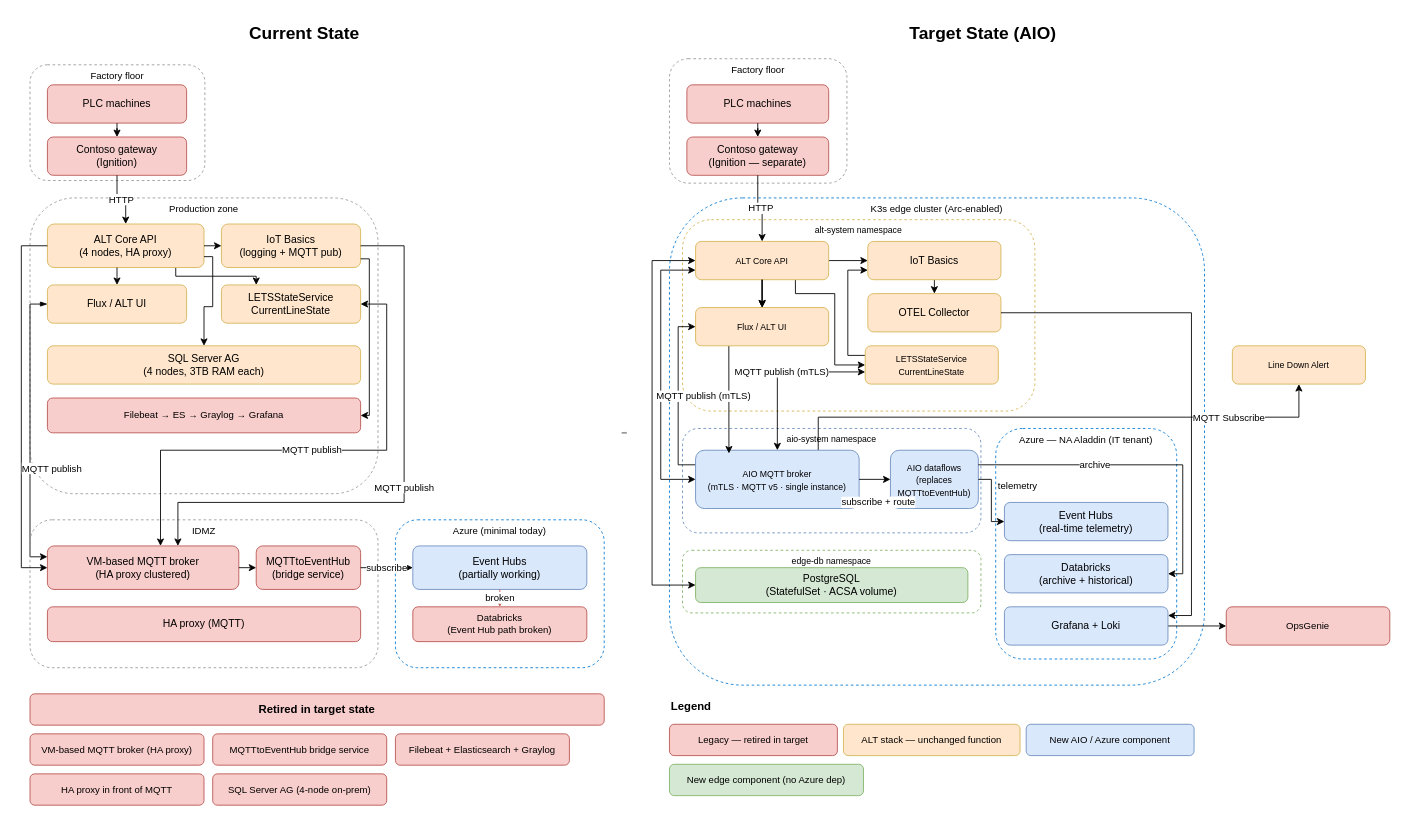
Before: page "MQTT" (3 of 6) of aio/AIO.drawio in avinashr-insight/manufacturing-iot, a draw.io diagram. Source tidied: cells renumbered, new cells numbered last; positions are measured from the earlier drawing's top-left corner, leaving out a move shared by most shapes. Both pictures are drawn from the tidied source at 87%, with x=0, y=0 at pixel (21, 15).
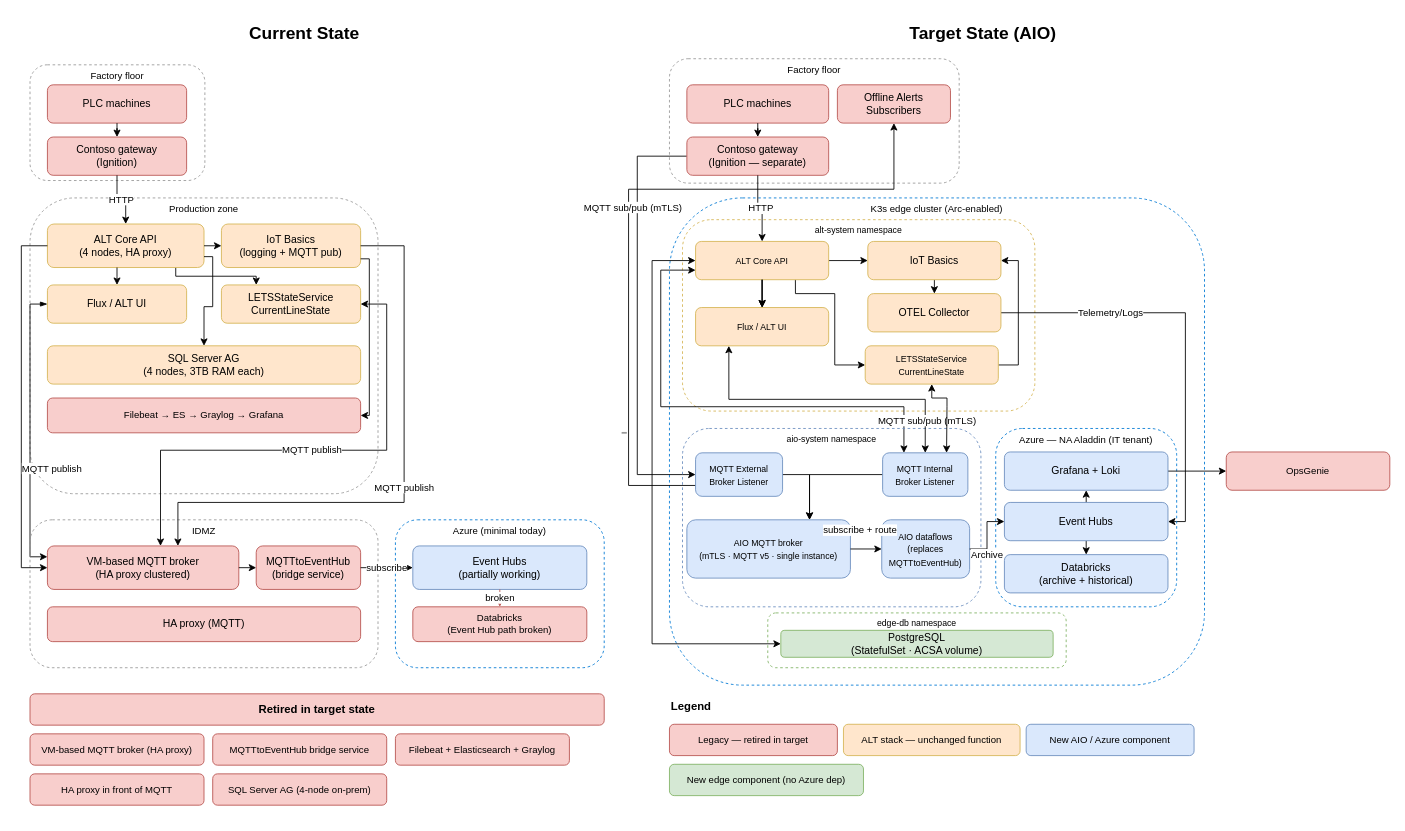
The same page after the edit.

Commit message (it also covers changes not shown here):
Added DevOps DB Schema Removed image watcher from DevOps stream Added Brokers/paths to MQTT

The change refers to these unchanged cells:
```xml
<mxCell id="39" value="Contoso gateway&#10;(Ignition — separate)" style="rounded=1;whiteSpace=wrap;html=1;fillColor=#f8cecc;strokeColor=#b85450;fontSize=12;fontColor=#000000;" parent="1" vertex="1">
  <mxGeometry x="765" y="140" width="163" height="44" as="geometry" />
</mxCell>
<mxCell id="44" value="&lt;font style=&quot;font-size: 10px;&quot;&gt;ALT Core API&lt;/font&gt;" style="rounded=1;whiteSpace=wrap;html=1;fillColor=#ffe6cc;strokeColor=#d6b656;fontSize=12;fontColor=#000000;" parent="1" vertex="1">
  <mxGeometry x="775" y="260" width="153" height="44" as="geometry" />
</mxCell>
<mxCell id="46" value="&lt;font style=&quot;font-size: 10px;&quot;&gt;LETSStateService&lt;br&gt;CurrentLineState&lt;/font&gt;" style="rounded=1;whiteSpace=wrap;html=1;fillColor=#ffe6cc;strokeColor=#d6b656;fontSize=12;fontColor=#000000;" parent="1" vertex="1">
  <mxGeometry x="970" y="380" width="153" height="44" as="geometry" />
</mxCell>
<mxCell id="47" value="OTEL Collector" style="rounded=1;whiteSpace=wrap;html=1;fillColor=#ffe6cc;strokeColor=#d6b656;fontSize=12;fontColor=#000000;" parent="1" vertex="1">
  <mxGeometry x="973" y="320" width="153" height="44" as="geometry" />
</mxCell>
<mxCell id="58" value="Databricks&lt;br&gt;(archive + historical)" style="rounded=1;whiteSpace=wrap;html=1;fillColor=#dae8fc;strokeColor=#6c8ebf;fontSize=12;fontColor=#000000;" parent="1" vertex="1">
  <mxGeometry x="1130" y="620" width="188" height="44" as="geometry" />
</mxCell>
<mxCell id="84" value="IoT Basics" style="rounded=1;whiteSpace=wrap;html=1;fillColor=#ffe6cc;strokeColor=#d6b656;fontSize=12;fontColor=#000000;" parent="1" vertex="1">
  <mxGeometry x="973" y="260" width="153" height="44" as="geometry" />
</mxCell>
<mxCell id="88" value="&lt;font style=&quot;font-size: 10px;&quot;&gt;Flux / ALT UI&lt;/font&gt;" style="rounded=1;whiteSpace=wrap;html=1;fillColor=#ffe6cc;strokeColor=#d6b656;fontSize=12;fontColor=#000000;" parent="1" vertex="1">
  <mxGeometry x="775" y="336" width="153" height="44" as="geometry" />
</mxCell>
```

The edit, as a diff of the source:
```diff
@@
     <mxCell id="37" value="Factory floor" style="rounded=1;whiteSpace=wrap;html=1;fillColor=none;strokeColor=#999999;dashed=1;fontSize=11;verticalAlign=top;strokeWidth=1;fontColor=#000000;" parent="1" vertex="1">
-      <mxGeometry x="745" y="50" width="204" height="143" as="geometry" />
+      <mxGeometry x="745" y="50" width="333" height="143" as="geometry" />
     </mxCell>
@@
+    <mxCell id="89" style="edgeStyle=orthogonalEdgeStyle;rounded=0;jettySize=auto;html=1;exitX=0;exitY=0.5;exitDx=0;exitDy=0;entryX=0;entryY=0.5;entryDx=0;entryDy=0;" parent="1" edge="1" source="39" target="97">
+      <mxGeometry relative="1" as="geometry">
+        <Array as="points">
+          <mxPoint x="708" y="162" />
+          <mxPoint x="708" y="528" />
+        </Array>
+      </mxGeometry>
+    </mxCell>
@@
-    <mxCell id="42" style="edgeStyle=orthogonalEdgeStyle;rounded=0;jettySize=auto;html=1;exitX=0;exitY=0.75;exitDx=0;exitDy=0;entryX=0;entryY=0.5;entryDx=0;entryDy=0;startArrow=classic;startFill=1;" parent="1" edge="1" source="44" target="52">
+    <mxCell id="42" style="edgeStyle=orthogonalEdgeStyle;rounded=0;jettySize=auto;html=1;exitX=0;exitY=0.75;exitDx=0;exitDy=0;entryX=0.25;entryY=0;entryDx=0;entryDy=0;startArrow=classic;startFill=1;" parent="1" edge="1" source="44" target="99">
       <mxGeometry relative="1" as="geometry">
         <Array as="points">
           <mxPoint x="735" y="293" />
-          <mxPoint x="735" y="534" />
+          <mxPoint x="735" y="450" />
+          <mxPoint x="1015" y="450" />
+          <mxPoint x="1015" y="503" />
         </Array>
       </mxGeometry>
     </mxCell>
@@
-    <mxCell id="45" style="edgeStyle=orthogonalEdgeStyle;rounded=0;jettySize=auto;html=1;exitX=0;exitY=0.25;exitDx=0;exitDy=0;entryX=0;entryY=0.75;entryDx=0;entryDy=0;fontColor=#000000;" parent="1" edge="1" source="46" target="84">
+    <mxCell id="45" style="edgeStyle=orthogonalEdgeStyle;rounded=0;jettySize=auto;html=1;exitX=1;exitY=0.5;exitDx=0;exitDy=0;entryX=1;entryY=0.5;entryDx=0;entryDy=0;fontColor=#000000;" parent="1" edge="1" source="46" target="84">
       <mxGeometry relative="1" as="geometry" />
     </mxCell>
@@
+    <mxCell id="90" style="edgeStyle=orthogonalEdgeStyle;rounded=0;jettySize=auto;html=1;exitX=1;exitY=0.5;exitDx=0;exitDy=0;entryX=1;entryY=0.5;entryDx=0;entryDy=0;" parent="1" edge="1" source="47" target="57">
+      <mxGeometry relative="1" as="geometry" />
+    </mxCell>
+    <mxCell id="91" value="Telemetry/Logs" style="edgeLabel;html=1;align=center;verticalAlign=middle;" parent="90" vertex="1">
+      <mxGeometry x="-0.47" y="1" relative="1" as="geometry" />
+    </mxCell>
@@
     <mxCell id="48" value="aio-system namespace" style="rounded=1;whiteSpace=wrap;html=1;fillColor=none;strokeColor=#6c8ebf;dashed=1;fontSize=10;verticalAlign=top;strokeWidth=1;fontColor=#000000;" parent="1" vertex="1">
-      <mxGeometry x="760" y="475" width="343" height="120" as="geometry" />
+      <mxGeometry x="760" y="475" width="343" height="205" as="geometry" />
     </mxCell>
-    <mxCell id="49" style="edgeStyle=orthogonalEdgeStyle;rounded=0;jettySize=auto;html=1;exitX=0.75;exitY=0;exitDx=0;exitDy=0;fontColor=#000000;" parent="1" edge="1" source="52" target="82">
-      <mxGeometry relative="1" as="geometry" />
+    <mxCell id="49" style="edgeStyle=orthogonalEdgeStyle;rounded=0;jettySize=auto;html=1;fontColor=#000000;entryX=0.5;entryY=1;entryDx=0;entryDy=0;exitX=0;exitY=0.75;exitDx=0;exitDy=0;startArrow=none;startFill=0;endArrow=classic;endFill=1;" parent="1" edge="1" source="97" target="95">
+      <mxGeometry relative="1" as="geometry">
+        <Array as="points">
+          <mxPoint x="698" y="541" />
+          <mxPoint x="698" y="200" />
+          <mxPoint x="1003" y="200" />
+        </Array>
+      </mxGeometry>
     </mxCell>
-    <mxCell id="50" value="MQTT Subscribe" style="edgeLabel;html=1;align=center;verticalAlign=middle;fontColor=#000000;" parent="49" vertex="1">
-      <mxGeometry x="0.62" relative="1" as="geometry" />
+    <mxCell id="50" value="MQTT sub/pub (mTLS)" style="edgeLabel;html=1;align=center;verticalAlign=middle;fontColor=#000000;" parent="49" vertex="1">
+      <mxGeometry x="0.62" relative="1" as="geometry">
+        <mxPoint x="-225" y="20" as="offset" />
+      </mxGeometry>
     </mxCell>
-    <mxCell id="51" style="edgeStyle=orthogonalEdgeStyle;rounded=0;jettySize=auto;html=1;exitX=0;exitY=0.25;exitDx=0;exitDy=0;entryX=0;entryY=0.5;entryDx=0;entryDy=0;" parent="1" edge="1" source="52" target="88">
-      <mxGeometry relative="1" as="geometry" />
-    </mxCell>
     <mxCell id="52" value="&lt;span style=&quot;font-weight: normal;&quot;&gt;&lt;font style=&quot;font-size: 10px;&quot;&gt;AIO MQTT broker&lt;br&gt;(mTLS · MQTT v5 · single instance)&lt;/font&gt;&lt;/span&gt;" style="rounded=1;whiteSpace=wrap;html=1;fillColor=#dae8fc;strokeColor=#6c8ebf;fontSize=12;fontStyle=1;fontColor=#000000;" parent="1" vertex="1">
-      <mxGeometry x="775" y="500" width="188" height="67" as="geometry" />
+      <mxGeometry x="765" y="580" width="188" height="67" as="geometry" />
     </mxCell>
     <mxCell id="53" value="&lt;font style=&quot;font-size: 10px;&quot;&gt;AIO dataflows&lt;br&gt;(replaces MQTTtoEventHub)&lt;/font&gt;" style="rounded=1;whiteSpace=wrap;html=1;fillColor=#dae8fc;strokeColor=#6c8ebf;fontSize=12;fontColor=#000000;" parent="1" vertex="1">
-      <mxGeometry x="999" y="500" width="101" height="67" as="geometry" />
+      <mxGeometry x="989" y="580" width="101" height="67" as="geometry" />
     </mxCell>
     <mxCell id="54" value="edge-db namespace" style="rounded=1;whiteSpace=wrap;html=1;fillColor=none;strokeColor=#82b366;dashed=1;fontSize=10;verticalAlign=top;strokeWidth=1;fontColor=#000000;" parent="1" vertex="1">
-      <mxGeometry x="760" y="615" width="343" height="72" as="geometry" />
+      <mxGeometry x="858" y="687" width="343" height="63" as="geometry" />
     </mxCell>
     <mxCell id="55" value="PostgreSQL&lt;br&gt;(StatefulSet · ACSA volume)" style="rounded=1;whiteSpace=wrap;html=1;fillColor=#d5e8d4;strokeColor=#82b366;fontSize=12;fontColor=#000000;" parent="1" vertex="1">
-      <mxGeometry x="775" y="635" width="313" height="40" as="geometry" />
+      <mxGeometry x="873" y="707" width="313" height="31" as="geometry" />
     </mxCell>
     <mxCell id="56" value="Azure — NA Aladdin (IT tenant)" style="rounded=1;whiteSpace=wrap;html=1;fillColor=none;strokeColor=#0078d4;dashed=1;fontSize=11;verticalAlign=top;strokeWidth=1;fontColor=#000000;" parent="1" vertex="1">
-      <mxGeometry x="1120" y="475" width="208" height="265" as="geometry" />
+      <mxGeometry x="1120" y="475" width="208" height="205" as="geometry" />
     </mxCell>
+    <mxCell id="92" style="edgeStyle=orthogonalEdgeStyle;rounded=0;jettySize=auto;html=1;exitX=0.5;exitY=1;exitDx=0;exitDy=0;entryX=0.5;entryY=0;entryDx=0;entryDy=0;" parent="1" edge="1" source="57" target="58">
+      <mxGeometry relative="1" as="geometry" />
+    </mxCell>
+    <mxCell id="93" style="edgeStyle=orthogonalEdgeStyle;rounded=0;jettySize=auto;html=1;exitX=0.5;exitY=0;exitDx=0;exitDy=0;entryX=0.5;entryY=1;entryDx=0;entryDy=0;" parent="1" edge="1" source="57" target="60">
+      <mxGeometry relative="1" as="geometry" />
+    </mxCell>
-    <mxCell id="57" value="Event Hubs&#10;(real-time telemetry)" style="rounded=1;whiteSpace=wrap;html=1;fillColor=#dae8fc;strokeColor=#6c8ebf;fontSize=12;fontColor=#000000;" parent="1" vertex="1">
+    <mxCell id="57" value="Event Hubs" style="rounded=1;whiteSpace=wrap;html=1;fillColor=#dae8fc;strokeColor=#6c8ebf;fontSize=12;fontColor=#000000;" parent="1" vertex="1">
       <mxGeometry x="1130" y="560" width="188" height="44" as="geometry" />
     </mxCell>
@@
     <mxCell id="60" value="Grafana + Loki" style="rounded=1;whiteSpace=wrap;html=1;fillColor=#dae8fc;strokeColor=#6c8ebf;fontSize=12;fontColor=#000000;" parent="1" vertex="1">
-      <mxGeometry x="1130" y="680" width="188" height="44" as="geometry" />
+      <mxGeometry x="1130" y="502" width="188" height="44" as="geometry" />
     </mxCell>
@@
-    <mxCell id="64" value="MQTT publish (mTLS)" style="edgeStyle=orthogonalEdgeStyle;rounded=0;html=1;fontColor=#000000;exitX=0.25;exitY=1;exitDx=0;exitDy=0;entryX=0.204;entryY=0.055;entryDx=0;entryDy=0;entryPerimeter=0;" parent="1" edge="1" source="88" target="52">
-      <mxGeometry x="-0.03" y="-28" relative="1" as="geometry">
-        <mxPoint x="-1" y="-2" as="offset" />
-      </mxGeometry>
+    <mxCell id="64" value="MQTT sub/pub (mTLS)" style="edgeStyle=orthogonalEdgeStyle;rounded=0;html=1;fontColor=#000000;exitX=0.25;exitY=1;exitDx=0;exitDy=0;entryX=0.5;entryY=0;entryDx=0;entryDy=0;startArrow=classic;startFill=1;" parent="1" edge="1" source="88" target="99">
+      <mxGeometry x="0.79" y="2" relative="1" as="geometry" />
     </mxCell>
-    <mxCell id="65" value="MQTT publish (mTLS)" style="edgeStyle=orthogonalEdgeStyle;rounded=0;html=1;fontColor=#000000;startArrow=classic;startFill=1;" parent="1" edge="1" source="46" target="52">
-      <mxGeometry relative="1" as="geometry">
+    <mxCell id="65" style="edgeStyle=orthogonalEdgeStyle;rounded=0;html=1;fontColor=#000000;startArrow=classic;startFill=1;entryX=0.75;entryY=0;entryDx=0;entryDy=0;exitX=0.5;exitY=1;exitDx=0;exitDy=0;" parent="1" edge="1" source="46" target="99">
+      <mxGeometry x="0.12" y="77" relative="1" as="geometry">
         <Array as="points">
-          <mxPoint x="869" y="410" />
+          <mxPoint x="1047" y="440" />
+          <mxPoint x="1064" y="440" />
+          <mxPoint x="1064" y="450" />
+          <mxPoint x="1064" y="450" />
         </Array>
       </mxGeometry>
     </mxCell>
-    <mxCell id="66" style="edgeStyle=orthogonalEdgeStyle;rounded=0;html=1;fontColor=#000000;exitX=0;exitY=0.5;exitDx=0;exitDy=0;startArrow=classic;startFill=1;" parent="1" edge="1" source="44" target="55">
+    <mxCell id="66" style="edgeStyle=orthogonalEdgeStyle;rounded=0;html=1;fontColor=#000000;exitX=0;exitY=0.5;exitDx=0;exitDy=0;startArrow=classic;startFill=1;entryX=0;entryY=0.5;entryDx=0;entryDy=0;" parent="1" edge="1" source="44" target="55">
       <mxGeometry relative="1" as="geometry">
         <Array as="points">
           <mxPoint x="725" y="282" />
-          <mxPoint x="725" y="655" />
+          <mxPoint x="725" y="722" />
+          <mxPoint x="873" y="722" />
         </Array>
       </mxGeometry>
     </mxCell>
     <mxCell id="67" value="subscribe&amp;nbsp;&lt;span style=&quot;background-color: light-dark(#ffffff, var(--ge-dark-color, #121212)); color: light-dark(rgb(0, 0, 0), rgb(237, 237, 237));&quot;&gt;+&amp;nbsp;&lt;/span&gt;&lt;span style=&quot;color: light-dark(rgb(0, 0, 0), rgb(237, 237, 237)); background-color: light-dark(#ffffff, var(--ge-dark-color, #121212));&quot;&gt;route&lt;/span&gt;" style="edgeStyle=orthogonalEdgeStyle;rounded=0;html=1;fontColor=#000000;" parent="1" edge="1" source="52" target="53">
-      <mxGeometry x="0.22" y="-26" relative="1" as="geometry" />
+      <mxGeometry x="-0.39" y="22" relative="1" as="geometry" />
     </mxCell>
-    <mxCell id="68" value="telemetry" style="edgeStyle=orthogonalEdgeStyle;rounded=0;html=1;fontColor=#000000;" parent="1" edge="1" source="53" target="57">
-      <mxGeometry x="-0.44" y="30" relative="1" as="geometry" />
+    <mxCell id="68" style="edgeStyle=orthogonalEdgeStyle;rounded=0;html=1;fontColor=#000000;" parent="1" edge="1" source="53" target="57">
+      <mxGeometry x="-0.22" y="-18" relative="1" as="geometry" />
     </mxCell>
-    <mxCell id="69" value="archive" style="edgeStyle=orthogonalEdgeStyle;rounded=0;html=1;fontColor=#000000;exitX=1;exitY=0.25;exitDx=0;exitDy=0;" parent="1" edge="1" source="53" target="58">
-      <mxGeometry x="-0.29" relative="1" as="geometry">
-        <Array as="points">
-          <mxPoint x="1335" y="517" />
-          <mxPoint x="1335" y="642" />
-        </Array>
-      </mxGeometry>
-    </mxCell>
-    <mxCell id="70" style="edgeStyle=orthogonalEdgeStyle;rounded=0;html=1;exitX=1;exitY=0.5;exitDx=0;exitDy=0;fontColor=#000000;" parent="1" edge="1" source="47" target="60">
-      <mxGeometry relative="1" as="geometry">
-        <Array as="points">
-          <mxPoint x="1345" y="342" />
-          <mxPoint x="1345" y="690" />
-        </Array>
-      </mxGeometry>
-    </mxCell>
+    <mxCell id="94" value="Archive" style="edgeLabel;html=1;align=center;verticalAlign=middle;" parent="68" vertex="1">
+      <mxGeometry x="-0.08" y="1" relative="1" as="geometry">
+        <mxPoint y="19" as="offset" />
+      </mxGeometry>
+    </mxCell>
@@
-    <mxCell id="82" value="&lt;span style=&quot;font-size: 10px;&quot;&gt;Line Down Alert&lt;/span&gt;" style="rounded=1;whiteSpace=wrap;html=1;fillColor=#ffe6cc;strokeColor=#d6b656;fontSize=12;fontColor=#000000;" parent="1" vertex="1">
-      <mxGeometry x="1392" y="380" width="153" height="44" as="geometry" />
-    </mxCell>
@@
     <mxCell id="85" value="OpsGenie" style="rounded=1;whiteSpace=wrap;html=1;fillColor=#f8cecc;strokeColor=#b85450;fontSize=11;align=center;verticalAlign=middle;fontFamily=Helvetica;fontColor=#000000;" parent="1" vertex="1">
-      <mxGeometry x="1385" y="680" width="188" height="44" as="geometry" />
+      <mxGeometry x="1385" y="502" width="188" height="44" as="geometry" />
     </mxCell>
@@
+    <mxCell id="95" value="Offline Alerts Subscribers" style="rounded=1;whiteSpace=wrap;html=1;fillColor=#f8cecc;strokeColor=#b85450;fontSize=12;" parent="1" vertex="1">
+      <mxGeometry x="938" y="80" width="130" height="44" as="geometry" />
+    </mxCell>
+    <mxCell id="96" style="edgeStyle=orthogonalEdgeStyle;rounded=0;jettySize=auto;html=1;exitX=1;exitY=0.5;exitDx=0;exitDy=0;entryX=0.75;entryY=0;entryDx=0;entryDy=0;" parent="1" edge="1" source="97" target="52">
+      <mxGeometry relative="1" as="geometry" />
+    </mxCell>
+    <mxCell id="97" value="&lt;span style=&quot;font-size: 10px; font-weight: 400;&quot;&gt;MQTT External Broker Listener&lt;/span&gt;" style="rounded=1;whiteSpace=wrap;html=1;fillColor=#dae8fc;strokeColor=#6c8ebf;fontSize=12;fontStyle=1;" parent="1" vertex="1">
+      <mxGeometry x="775" y="503" width="100" height="50" as="geometry" />
+    </mxCell>
+    <mxCell id="98" style="edgeStyle=orthogonalEdgeStyle;rounded=0;jettySize=auto;html=1;exitX=0;exitY=0.5;exitDx=0;exitDy=0;entryX=0.75;entryY=0;entryDx=0;entryDy=0;" parent="1" edge="1" source="99" target="52">
+      <mxGeometry relative="1" as="geometry" />
+    </mxCell>
+    <mxCell id="99" value="&lt;span style=&quot;font-size: 10px; font-weight: 400;&quot;&gt;MQTT Internal Broker Listener&lt;/span&gt;" style="rounded=1;whiteSpace=wrap;html=1;fillColor=#dae8fc;strokeColor=#6c8ebf;fontSize=12;fontStyle=1;" parent="1" vertex="1">
+      <mxGeometry x="990" y="503" width="98" height="50" as="geometry" />
+    </mxCell>
```
